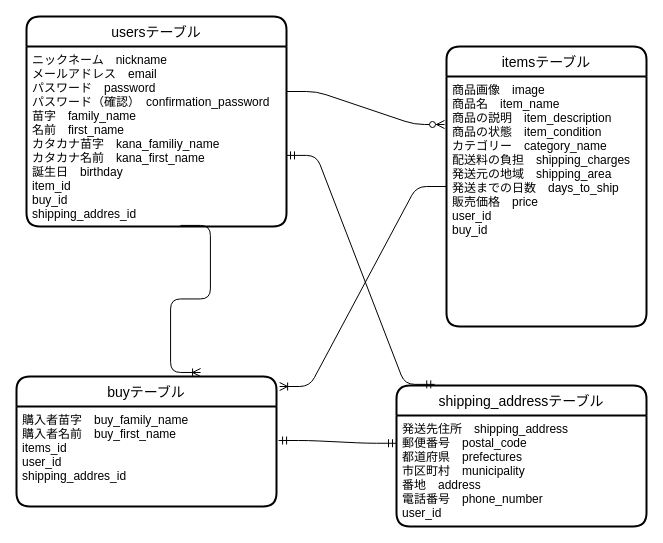
dino-pg/furima-34856 keeps this draw.io diagram as furima.dio. Above is the earlier version. Source tidied: cells renumbered, new cells numbered last; positions are measured from the earlier drawing's top-left corner, leaving out a move shared by most shapes. Both pictures are drawn from the tidied source at 100%, with x=0, y=0 at pixel (16, 16).
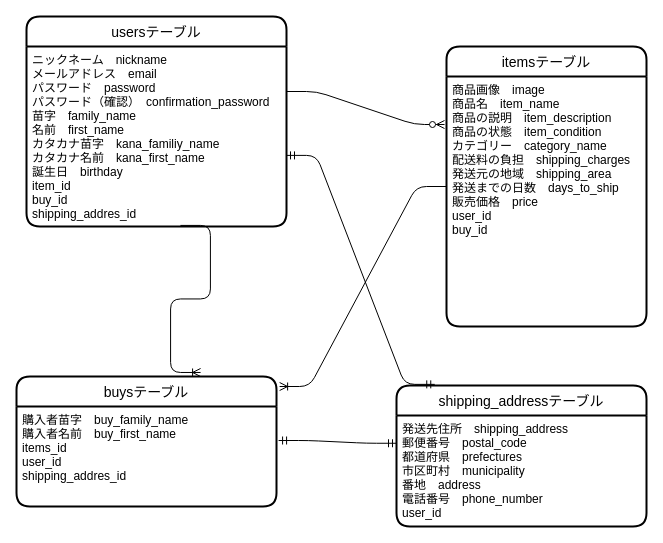
The same diagram, later.

The edit, as a diff of the source:
```diff
@@
 <mxGraphModel>
   <root>
     <mxCell id="0" />
     <mxCell id="1" parent="0" />
     <mxCell id="2" value="usersテーブル" style="swimlane;horizontal=1;startSize=30;rounded=1;fontSize=14;fontStyle=0;strokeWidth=2;shadow=0;dashed=0;align=center;" parent="1" vertex="1">
       <mxGeometry x="10" width="260" height="210" as="geometry" />
     </mxCell>
     <mxCell id="3" value="ニックネーム　nickname&#10;メールアドレス　email&#10;パスワード　password&#10;パスワード（確認）　confirmation_password&#10;苗字　family_name&#10;名前　first_name&#10;カタカナ苗字　kana_familiy_name&#10;カタカナ名前　kana_first_name&#10;誕生日　birthday&#10;item_id&#10;buy_id&#10;shipping_addres_id" style="align=left;strokeColor=none;fillColor=none;spacingLeft=4;fontSize=12;verticalAlign=top;" parent="2" vertex="1">
       <mxGeometry y="30" width="260" height="180" as="geometry" />
     </mxCell>
-    <mxCell id="4" value="buyテーブル" style="swimlane;horizontal=1;startSize=30;rounded=1;fontSize=14;fontStyle=0;strokeWidth=2;shadow=0;dashed=0;align=center;" parent="1" vertex="1">
+    <mxCell id="4" value="buysテーブル" style="swimlane;horizontal=1;startSize=30;rounded=1;fontSize=14;fontStyle=0;strokeWidth=2;shadow=0;dashed=0;align=center;" parent="1" vertex="1">
       <mxGeometry y="360" width="260" height="130" as="geometry" />
     </mxCell>
     <mxCell id="5" value="購入者苗字　buy_family_name&#10;購入者名前　buy_first_name&#10;items_id&#10;user_id&#10;shipping_addres_id" style="align=left;strokeColor=none;fillColor=none;spacingLeft=4;fontSize=12;verticalAlign=top;" parent="4" vertex="1">
       <mxGeometry y="30" width="260" height="100" as="geometry" />
     </mxCell>
     <mxCell id="6" style="edgeStyle=entityRelationEdgeStyle;fontSize=12;html=1;endArrow=ERzeroToMany;endFill=1;exitX=1;exitY=0.25;exitDx=0;exitDy=0;" parent="1" edge="1" source="3">
       <mxGeometry relative="1" as="geometry">
         <mxPoint x="428" y="108" as="targetPoint" />
       </mxGeometry>
     </mxCell>
     <mxCell id="7" value="itemsテーブル" style="swimlane;horizontal=1;startSize=30;rounded=1;fontSize=14;fontStyle=0;strokeWidth=2;shadow=0;dashed=0;align=center;" parent="1" vertex="1">
       <mxGeometry x="430" y="30" width="200" height="280" as="geometry" />
     </mxCell>
     <mxCell id="8" value="商品画像　image&#10;商品名　item_name&#10;商品の説明　item_description&#10;商品の状態　item_condition&#10;カテゴリー　category_name&#10;配送料の負担　shipping_charges&#10;発送元の地域　shipping_area&#10;発送までの日数　days_to_ship&#10;販売価格　price&#10;user_id&#10;buy_id" style="align=left;strokeColor=none;fillColor=none;spacingLeft=4;fontSize=12;verticalAlign=top;" parent="7" vertex="1">
       <mxGeometry y="30" width="200" height="250" as="geometry" />
     </mxCell>
     <mxCell id="9" value="shipping_addressテーブル" style="swimlane;horizontal=1;startSize=30;rounded=1;fontSize=14;fontStyle=0;strokeWidth=2;shadow=0;dashed=0;align=center;" parent="1" vertex="1">
       <mxGeometry x="380" y="369" width="250" height="141" as="geometry" />
     </mxCell>
     <mxCell id="10" value="発送先住所　shipping_address&#10;郵便番号　postal_code&#10;都道府県　prefectures&#10;市区町村　municipality&#10;番地　address&#10;電話番号　phone_number&#10;user_id" style="align=left;strokeColor=none;fillColor=none;spacingLeft=4;fontSize=12;verticalAlign=top;" parent="9" vertex="1">
       <mxGeometry y="30" width="250" height="111" as="geometry" />
     </mxCell>
     <mxCell id="11" style="edgeStyle=entityRelationEdgeStyle;fontSize=12;html=1;endArrow=ERmandOne;startArrow=ERmandOne;entryX=1;entryY=0.605;entryDx=0;entryDy=0;entryPerimeter=0;exitX=0.153;exitY=-0.008;exitDx=0;exitDy=0;exitPerimeter=0;" parent="1" edge="1" source="9" target="3">
       <mxGeometry relative="1" as="geometry" />
     </mxCell>
     <mxCell id="12" style="edgeStyle=entityRelationEdgeStyle;fontSize=12;html=1;endArrow=ERoneToMany;exitX=0;exitY=0.5;exitDx=0;exitDy=0;entryX=1.012;entryY=0.077;entryDx=0;entryDy=0;entryPerimeter=0;" parent="1" edge="1" source="7" target="4">
       <mxGeometry relative="1" as="geometry" />
     </mxCell>
     <mxCell id="13" style="edgeStyle=entityRelationEdgeStyle;fontSize=12;html=1;endArrow=ERmandOne;startArrow=ERmandOne;exitX=1.008;exitY=0.34;exitDx=0;exitDy=0;exitPerimeter=0;entryX=0;entryY=0.25;entryDx=0;entryDy=0;" parent="1" edge="1" source="5" target="10">
       <mxGeometry relative="1" as="geometry" />
     </mxCell>
     <mxCell id="14" style="edgeStyle=entityRelationEdgeStyle;fontSize=12;html=1;endArrow=ERoneToMany;exitX=0.592;exitY=0.994;exitDx=0;exitDy=0;exitPerimeter=0;entryX=0.708;entryY=-0.031;entryDx=0;entryDy=0;entryPerimeter=0;" parent="1" edge="1" source="3" target="4">
       <mxGeometry relative="1" as="geometry" />
     </mxCell>
   </root>
 </mxGraphModel>
```
